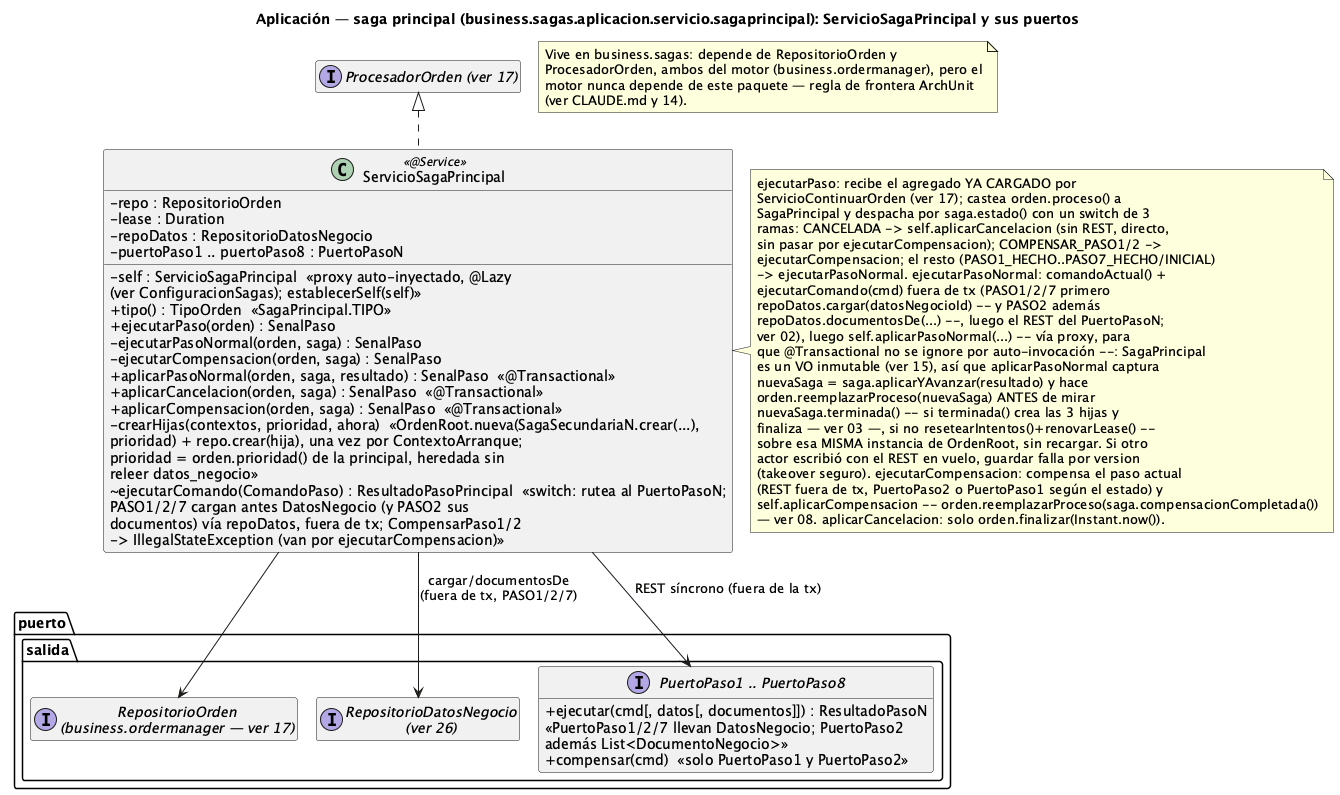
ralcazar/patrones keeps this PlantUML diagram as order-manager/docs/18-clases-aplicacion-saga-principal.png. Above is the earlier version.
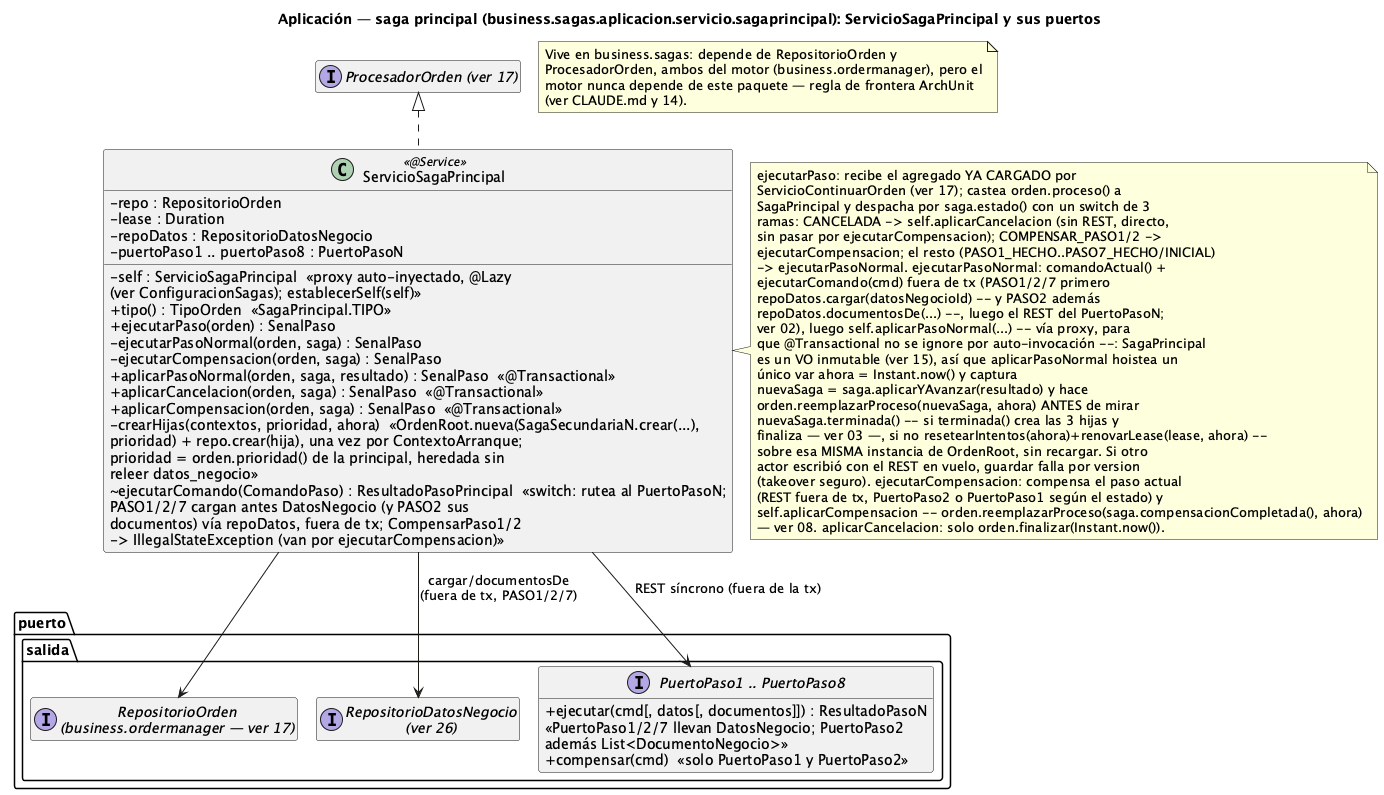
Above is the later version.

The edit, as a diff of the source:
```diff
@@ -35,16 +35,17 @@
   repoDatos.documentosDe(...) --, luego el REST del PuertoPasoN;
   ver 02), luego self.aplicarPasoNormal(...) -- vía proxy, para
   que @Transactional no se ignore por auto-invocación --: SagaPrincipal
-  es un VO inmutable (ver 15), así que aplicarPasoNormal captura
+  es un VO inmutable (ver 15), así que aplicarPasoNormal hoistea un
+  único var ahora = Instant.now() y captura
   nuevaSaga = saga.aplicarYAvanzar(resultado) y hace
-  orden.reemplazarProceso(nuevaSaga) ANTES de mirar
+  orden.reemplazarProceso(nuevaSaga, ahora) ANTES de mirar
   nuevaSaga.terminada() -- si terminada() crea las 3 hijas y
-  finaliza — ver 03 —, si no resetearIntentos()+renovarLease() --
+  finaliza — ver 03 —, si no resetearIntentos(ahora)+renovarLease(lease, ahora) --
   sobre esa MISMA instancia de OrdenRoot, sin recargar. Si otro
   actor escribió con el REST en vuelo, guardar falla por version
   (takeover seguro). ejecutarCompensacion: compensa el paso actual
   (REST fuera de tx, PuertoPaso2 o PuertoPaso1 según el estado) y
-  self.aplicarCompensacion -- orden.reemplazarProceso(saga.compensacionCompletada())
+  self.aplicarCompensacion -- orden.reemplazarProceso(saga.compensacionCompletada(), ahora)
   — ver 08. aplicarCancelacion: solo orden.finalizar(Instant.now()).
 end note
 
```
